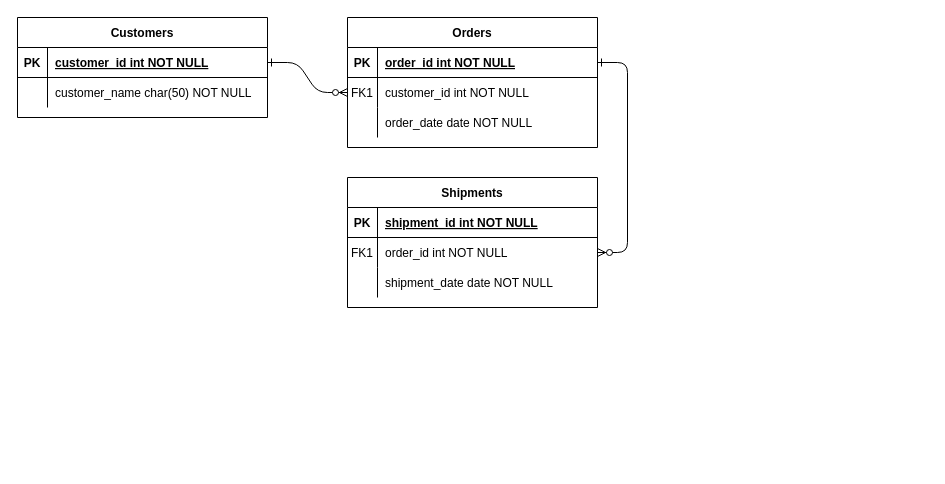
Before: Untitled Diagram.drawio in Macaies/relational-datbase, a draw.io diagram. Source tidied: cells renumbered, new cells numbered last; positions are measured from the earlier drawing's top-left corner, leaving out a move shared by most shapes. Both pictures are drawn from the tidied source at 100%, with x=0, y=0 at pixel (17, 17).
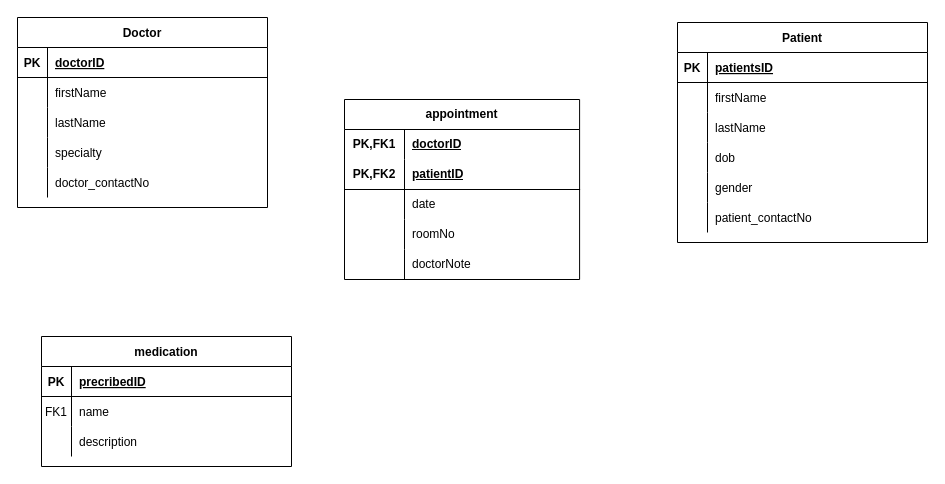
After the change.

Commit message:
ERD hospital system

The change refers to these unchanged cells:
```xml
<mxCell id="5" style="shape=partialRectangle;fillColor=none;points=[[0,0.5],[1,0.5]];portConstraint=eastwest;top=0;left=0;right=0;bottom=1;" parent="4" vertex="1">
  <mxGeometry y="30" width="250" height="30" as="geometry" />
</mxCell>
<mxCell id="8" style="shape=partialRectangle;fillColor=none;points=[[0,0.5],[1,0.5]];portConstraint=eastwest;top=0;left=0;right=0;bottom=0;" parent="4" vertex="1">
  <mxGeometry y="60" width="250" height="30" as="geometry" />
</mxCell>
<mxCell id="11" style="shape=partialRectangle;fillColor=none;top=0;left=0;right=0;bottom=0;" parent="4" vertex="1">
  <mxGeometry y="90" width="250" height="30" as="geometry" />
</mxCell>
<mxCell id="15" style="shape=partialRectangle;fillColor=none;top=0;left=0;right=0;bottom=1;" parent="14" vertex="1">
  <mxGeometry y="30" width="250" height="30" as="geometry" />
</mxCell>
<mxCell id="18" style="shape=partialRectangle;fillColor=none;points=[[0,0.5],[1,0.5]];portConstraint=eastwest;top=0;left=0;right=0;bottom=0;" parent="14" vertex="1">
  <mxGeometry y="60" width="250" height="30" as="geometry" />
</mxCell>
<mxCell id="21" style="shape=partialRectangle;fillColor=none;top=0;left=0;right=0;bottom=0;" parent="14" vertex="1">
  <mxGeometry y="90" width="250" height="30" as="geometry" />
</mxCell>
<mxCell id="25" style="shape=partialRectangle;fillColor=none;points=[[0,0.5],[1,0.5]];portConstraint=eastwest;top=0;left=0;right=0;bottom=1;" parent="24" vertex="1">
  <mxGeometry y="30" width="250" height="30" as="geometry" />
</mxCell>
<mxCell id="28" style="shape=partialRectangle;fillColor=none;top=0;left=0;right=0;bottom=0;" parent="24" vertex="1">
  <mxGeometry y="60" width="250" height="30" as="geometry" />
</mxCell>
```

Change to the diagram source:
```diff
@@
-    <mxCell id="2" style="edgeStyle=entityRelationEdgeStyle;endArrow=ERzeroToMany;startArrow=ERone;endFill=1;startFill=0;" parent="1" edge="1" source="25" target="8">
-      <mxGeometry relative="1" as="geometry" />
-    </mxCell>
-    <mxCell id="3" style="edgeStyle=entityRelationEdgeStyle;endArrow=ERzeroToMany;startArrow=ERone;endFill=1;startFill=0;" parent="1" edge="1" source="5" target="18">
-      <mxGeometry relative="1" as="geometry" />
-    </mxCell>
-    <mxCell id="4" value="Orders" style="shape=table;startSize=30;childLayout=tableLayout;rowLines=0;fontStyle=1;align=center;" parent="1" vertex="1">
-      <mxGeometry x="330" width="250" height="130" as="geometry" />
+    <mxCell id="4" value="Patient" style="shape=table;startSize=30;childLayout=tableLayout;rowLines=0;fontStyle=1;align=center;" parent="1" vertex="1">
+      <mxGeometry x="660" y="5" width="250" height="220" as="geometry" />
     </mxCell>
@@
-    <mxCell id="7" value="order_id int NOT NULL " style="shape=partialRectangle;overflow=hidden;fillColor=none;top=0;left=0;bottom=0;right=0;align=left;spacingLeft=6;fontStyle=5;" parent="5" vertex="1">
+    <mxCell id="7" value="patientsID" style="shape=partialRectangle;overflow=hidden;fillColor=none;top=0;left=0;bottom=0;right=0;align=left;spacingLeft=6;fontStyle=5;" parent="5" vertex="1">
       <mxGeometry x="30" width="220" height="30" as="geometry" />
     </mxCell>
@@
-    <mxCell id="9" value="FK1" style="shape=partialRectangle;overflow=hidden;fillColor=none;top=0;left=0;bottom=0;right=0;" parent="8" vertex="1">
+    <mxCell id="9" style="shape=partialRectangle;overflow=hidden;fillColor=none;top=0;left=0;bottom=0;right=0;" parent="8" vertex="1">
       <mxGeometry width="30" height="30" as="geometry" />
     </mxCell>
-    <mxCell id="10" value="customer_id int NOT NULL" style="shape=partialRectangle;overflow=hidden;fillColor=none;top=0;left=0;bottom=0;right=0;align=left;spacingLeft=6;" parent="8" vertex="1">
+    <mxCell id="10" value="firstName" style="shape=partialRectangle;overflow=hidden;fillColor=none;top=0;left=0;bottom=0;right=0;align=left;spacingLeft=6;" parent="8" vertex="1">
       <mxGeometry x="30" width="220" height="30" as="geometry" />
     </mxCell>
@@
-    <mxCell id="13" value="order_date date NOT NULL" style="shape=partialRectangle;overflow=hidden;fillColor=none;top=0;left=0;bottom=0;right=0;align=left;spacingLeft=6;" parent="11" vertex="1">
+    <mxCell id="13" value="lastName" style="shape=partialRectangle;overflow=hidden;fillColor=none;top=0;left=0;bottom=0;right=0;align=left;spacingLeft=6;" parent="11" vertex="1">
       <mxGeometry x="30" width="220" height="30" as="geometry" />
     </mxCell>
+    <mxCell id="31" style="shape=partialRectangle;fillColor=none;top=0;left=0;right=0;bottom=0;" parent="4" vertex="1">
+      <mxGeometry y="120" width="250" height="30" as="geometry" />
+    </mxCell>
+    <mxCell id="32" style="shape=partialRectangle;overflow=hidden;fillColor=none;top=0;left=0;bottom=0;right=0;" parent="31" vertex="1">
+      <mxGeometry width="30" height="30" as="geometry" />
+    </mxCell>
+    <mxCell id="33" value="dob" style="shape=partialRectangle;overflow=hidden;fillColor=none;top=0;left=0;bottom=0;right=0;align=left;spacingLeft=6;" parent="31" vertex="1">
+      <mxGeometry x="30" width="220" height="30" as="geometry" />
+    </mxCell>
+    <mxCell id="34" style="shape=partialRectangle;fillColor=none;top=0;left=0;right=0;bottom=0;" parent="4" vertex="1">
+      <mxGeometry y="150" width="250" height="30" as="geometry" />
+    </mxCell>
+    <mxCell id="35" style="shape=partialRectangle;overflow=hidden;fillColor=none;top=0;left=0;bottom=0;right=0;" parent="34" vertex="1">
+      <mxGeometry width="30" height="30" as="geometry" />
+    </mxCell>
+    <mxCell id="36" value="gender" style="shape=partialRectangle;overflow=hidden;fillColor=none;top=0;left=0;bottom=0;right=0;align=left;spacingLeft=6;" parent="34" vertex="1">
+      <mxGeometry x="30" width="220" height="30" as="geometry" />
+    </mxCell>
+    <mxCell id="37" style="shape=partialRectangle;fillColor=none;top=0;left=0;right=0;bottom=0;" parent="4" vertex="1">
+      <mxGeometry y="180" width="250" height="30" as="geometry" />
+    </mxCell>
+    <mxCell id="38" style="shape=partialRectangle;overflow=hidden;fillColor=none;top=0;left=0;bottom=0;right=0;" parent="37" vertex="1">
+      <mxGeometry width="30" height="30" as="geometry" />
+    </mxCell>
+    <mxCell id="39" value="patient_contactNo" style="shape=partialRectangle;overflow=hidden;fillColor=none;top=0;left=0;bottom=0;right=0;align=left;spacingLeft=6;" parent="37" vertex="1">
+      <mxGeometry x="30" width="220" height="30" as="geometry" />
+    </mxCell>
-    <mxCell id="14" value="Shipments" style="shape=table;startSize=30;childLayout=tableLayout;rowLines=0;fontStyle=1;align=center;" parent="1" vertex="1">
-      <mxGeometry x="330" y="160" width="250" height="130" as="geometry" />
+    <mxCell id="14" value="medication" style="shape=table;startSize=30;childLayout=tableLayout;rowLines=0;fontStyle=1;align=center;" parent="1" vertex="1">
+      <mxGeometry x="24" y="319" width="250" height="130" as="geometry" />
     </mxCell>
@@
-    <mxCell id="17" value="shipment_id int NOT NULL " style="shape=partialRectangle;overflow=hidden;fillColor=none;top=0;left=0;bottom=0;right=0;align=left;spacingLeft=6;fontStyle=5;" parent="15" vertex="1">
+    <mxCell id="17" value="precribedID" style="shape=partialRectangle;overflow=hidden;fillColor=none;top=0;left=0;bottom=0;right=0;align=left;spacingLeft=6;fontStyle=5;" parent="15" vertex="1">
       <mxGeometry x="30" width="220" height="30" as="geometry" />
     </mxCell>
@@
-    <mxCell id="20" value="order_id int NOT NULL" style="shape=partialRectangle;overflow=hidden;fillColor=none;top=0;left=0;bottom=0;right=0;align=left;spacingLeft=6;" parent="18" vertex="1">
+    <mxCell id="20" value="name" style="shape=partialRectangle;overflow=hidden;fillColor=none;top=0;left=0;bottom=0;right=0;align=left;spacingLeft=6;" parent="18" vertex="1">
       <mxGeometry x="30" width="220" height="30" as="geometry" />
     </mxCell>
@@
-    <mxCell id="23" value="shipment_date date NOT NULL" style="shape=partialRectangle;overflow=hidden;fillColor=none;top=0;left=0;bottom=0;right=0;align=left;spacingLeft=6;" parent="21" vertex="1">
+    <mxCell id="23" value="description" style="shape=partialRectangle;overflow=hidden;fillColor=none;top=0;left=0;bottom=0;right=0;align=left;spacingLeft=6;" parent="21" vertex="1">
       <mxGeometry x="30" width="220" height="30" as="geometry" />
     </mxCell>
-    <mxCell id="24" value="Customers" style="shape=table;startSize=30;childLayout=tableLayout;rowLines=0;fontStyle=1;align=center;" parent="1" vertex="1">
-      <mxGeometry width="250" height="100" as="geometry" />
+    <mxCell id="24" value="Doctor" style="shape=table;startSize=30;childLayout=tableLayout;rowLines=0;fontStyle=1;align=center;" parent="1" vertex="1">
+      <mxGeometry width="250" height="190" as="geometry" />
     </mxCell>
@@
-    <mxCell id="27" value="customer_id int NOT NULL " style="shape=partialRectangle;overflow=hidden;fillColor=none;top=0;left=0;bottom=0;right=0;align=left;spacingLeft=6;fontStyle=5;" parent="25" vertex="1">
+    <mxCell id="27" value="doctorID" style="shape=partialRectangle;overflow=hidden;fillColor=none;top=0;left=0;bottom=0;right=0;align=left;spacingLeft=6;fontStyle=5;" parent="25" vertex="1">
       <mxGeometry x="30" width="220" height="30" as="geometry" />
     </mxCell>
@@
-    <mxCell id="30" value="customer_name char(50) NOT NULL" style="shape=partialRectangle;overflow=hidden;fillColor=none;top=0;left=0;bottom=0;right=0;align=left;spacingLeft=6;" parent="28" vertex="1">
+    <mxCell id="30" value="firstName" style="shape=partialRectangle;overflow=hidden;fillColor=none;top=0;left=0;bottom=0;right=0;align=left;spacingLeft=6;" parent="28" vertex="1">
       <mxGeometry x="30" width="220" height="30" as="geometry" />
     </mxCell>
+    <mxCell id="40" style="shape=partialRectangle;fillColor=none;top=0;left=0;right=0;bottom=0;" parent="24" vertex="1">
+      <mxGeometry y="90" width="250" height="30" as="geometry" />
+    </mxCell>
+    <mxCell id="41" style="shape=partialRectangle;overflow=hidden;fillColor=none;top=0;left=0;bottom=0;right=0;" parent="40" vertex="1">
+      <mxGeometry width="30" height="30" as="geometry" />
+    </mxCell>
+    <mxCell id="42" value="lastName" style="shape=partialRectangle;overflow=hidden;fillColor=none;top=0;left=0;bottom=0;right=0;align=left;spacingLeft=6;" parent="40" vertex="1">
+      <mxGeometry x="30" width="220" height="30" as="geometry" />
+    </mxCell>
+    <mxCell id="43" style="shape=partialRectangle;fillColor=none;top=0;left=0;right=0;bottom=0;" parent="24" vertex="1">
+      <mxGeometry y="120" width="250" height="30" as="geometry" />
+    </mxCell>
+    <mxCell id="44" style="shape=partialRectangle;overflow=hidden;fillColor=none;top=0;left=0;bottom=0;right=0;" parent="43" vertex="1">
+      <mxGeometry width="30" height="30" as="geometry" />
+    </mxCell>
+    <mxCell id="45" value="specialty" style="shape=partialRectangle;overflow=hidden;fillColor=none;top=0;left=0;bottom=0;right=0;align=left;spacingLeft=6;" parent="43" vertex="1">
+      <mxGeometry x="30" width="220" height="30" as="geometry" />
+    </mxCell>
+    <mxCell id="46" style="shape=partialRectangle;fillColor=none;top=0;left=0;right=0;bottom=0;" parent="24" vertex="1">
+      <mxGeometry y="150" width="250" height="30" as="geometry" />
+    </mxCell>
+    <mxCell id="47" style="shape=partialRectangle;overflow=hidden;fillColor=none;top=0;left=0;bottom=0;right=0;" parent="46" vertex="1">
+      <mxGeometry width="30" height="30" as="geometry" />
+    </mxCell>
+    <mxCell id="48" value="doctor_contactNo" style="shape=partialRectangle;overflow=hidden;fillColor=none;top=0;left=0;bottom=0;right=0;align=left;spacingLeft=6;" parent="46" vertex="1">
+      <mxGeometry x="30" width="220" height="30" as="geometry" />
+    </mxCell>
+    <mxCell id="49" value="appointment" style="shape=table;startSize=30;childLayout=tableLayout;rowLines=0;fontStyle=1;align=center;html=1;whiteSpace=wrap;" parent="1" vertex="1">
+      <mxGeometry x="327" y="82" width="235.1" height="180" as="geometry" />
+    </mxCell>
+    <mxCell id="50" style="shape=tableRow;horizontal=0;startSize=0;swimlaneHead=0;swimlaneBody=0;fillColor=none;top=0;left=0;right=0;bottom=0;html=1;" parent="49" vertex="1">
+      <mxGeometry y="30" width="235.1" height="30" as="geometry" />
+    </mxCell>
+    <mxCell id="51" value="PK,FK1" style="shape=partialRectangle;fillColor=none;top=0;left=0;bottom=0;right=0;fontStyle=1;overflow=hidden;html=1;whiteSpace=wrap;" parent="50" vertex="1">
+      <mxGeometry width="60" height="30" as="geometry" />
+    </mxCell>
+    <mxCell id="52" value="doctorID" style="shape=partialRectangle;fillColor=none;top=0;left=0;bottom=0;right=0;align=left;spacingLeft=6;fontStyle=5;overflow=hidden;html=1;whiteSpace=wrap;" parent="50" vertex="1">
+      <mxGeometry x="60" width="175.1" height="30" as="geometry" />
+    </mxCell>
+    <mxCell id="53" style="shape=tableRow;horizontal=0;startSize=0;swimlaneHead=0;swimlaneBody=0;fillColor=none;top=0;left=0;right=0;bottom=1;html=1;" parent="49" vertex="1">
+      <mxGeometry y="60" width="235.1" height="30" as="geometry" />
+    </mxCell>
+    <mxCell id="54" value="PK,FK2" style="shape=partialRectangle;fillColor=none;top=0;left=0;bottom=0;right=0;fontStyle=1;overflow=hidden;html=1;whiteSpace=wrap;" parent="53" vertex="1">
+      <mxGeometry width="60" height="30" as="geometry" />
+    </mxCell>
+    <mxCell id="55" value="patientID" style="shape=partialRectangle;fillColor=none;top=0;left=0;bottom=0;right=0;align=left;spacingLeft=6;fontStyle=5;overflow=hidden;html=1;whiteSpace=wrap;" parent="53" vertex="1">
+      <mxGeometry x="60" width="175.1" height="30" as="geometry" />
+    </mxCell>
+    <mxCell id="56" style="shape=tableRow;horizontal=0;startSize=0;swimlaneHead=0;swimlaneBody=0;fillColor=none;top=0;left=0;right=0;bottom=0;html=1;" parent="49" vertex="1">
+      <mxGeometry y="90" width="235.1" height="30" as="geometry" />
+    </mxCell>
+    <mxCell id="57" style="shape=partialRectangle;fillColor=none;top=0;left=0;bottom=0;right=0;overflow=hidden;html=1;whiteSpace=wrap;" parent="56" vertex="1">
+      <mxGeometry width="60" height="30" as="geometry" />
+    </mxCell>
+    <mxCell id="58" value="date" style="shape=partialRectangle;fillColor=none;top=0;left=0;bottom=0;right=0;align=left;spacingLeft=6;overflow=hidden;html=1;whiteSpace=wrap;" parent="56" vertex="1">
+      <mxGeometry x="60" width="175.1" height="30" as="geometry" />
+    </mxCell>
+    <mxCell id="59" style="shape=tableRow;horizontal=0;startSize=0;swimlaneHead=0;swimlaneBody=0;fillColor=none;top=0;left=0;right=0;bottom=0;html=1;" parent="49" vertex="1">
+      <mxGeometry y="120" width="235.1" height="30" as="geometry" />
+    </mxCell>
+    <mxCell id="60" style="shape=partialRectangle;fillColor=none;top=0;left=0;bottom=0;right=0;overflow=hidden;html=1;whiteSpace=wrap;" parent="59" vertex="1">
+      <mxGeometry width="60" height="30" as="geometry" />
+    </mxCell>
+    <mxCell id="61" value="roomNo" style="shape=partialRectangle;fillColor=none;top=0;left=0;bottom=0;right=0;align=left;spacingLeft=6;overflow=hidden;html=1;whiteSpace=wrap;" parent="59" vertex="1">
+      <mxGeometry x="60" width="175.1" height="30" as="geometry" />
+    </mxCell>
+    <mxCell id="62" style="shape=tableRow;horizontal=0;startSize=0;swimlaneHead=0;swimlaneBody=0;fillColor=none;top=0;left=0;right=0;bottom=0;html=1;" parent="49" vertex="1">
+      <mxGeometry y="150" width="235.1" height="30" as="geometry" />
+    </mxCell>
+    <mxCell id="63" style="shape=partialRectangle;fillColor=none;top=0;left=0;bottom=0;right=0;overflow=hidden;html=1;whiteSpace=wrap;" parent="62" vertex="1">
+      <mxGeometry width="60" height="30" as="geometry" />
+    </mxCell>
+    <mxCell id="64" value="doctorNote" style="shape=partialRectangle;fillColor=none;top=0;left=0;bottom=0;right=0;align=left;spacingLeft=6;overflow=hidden;html=1;whiteSpace=wrap;" parent="62" vertex="1">
+      <mxGeometry x="60" width="175.1" height="30" as="geometry" />
+    </mxCell>
```
